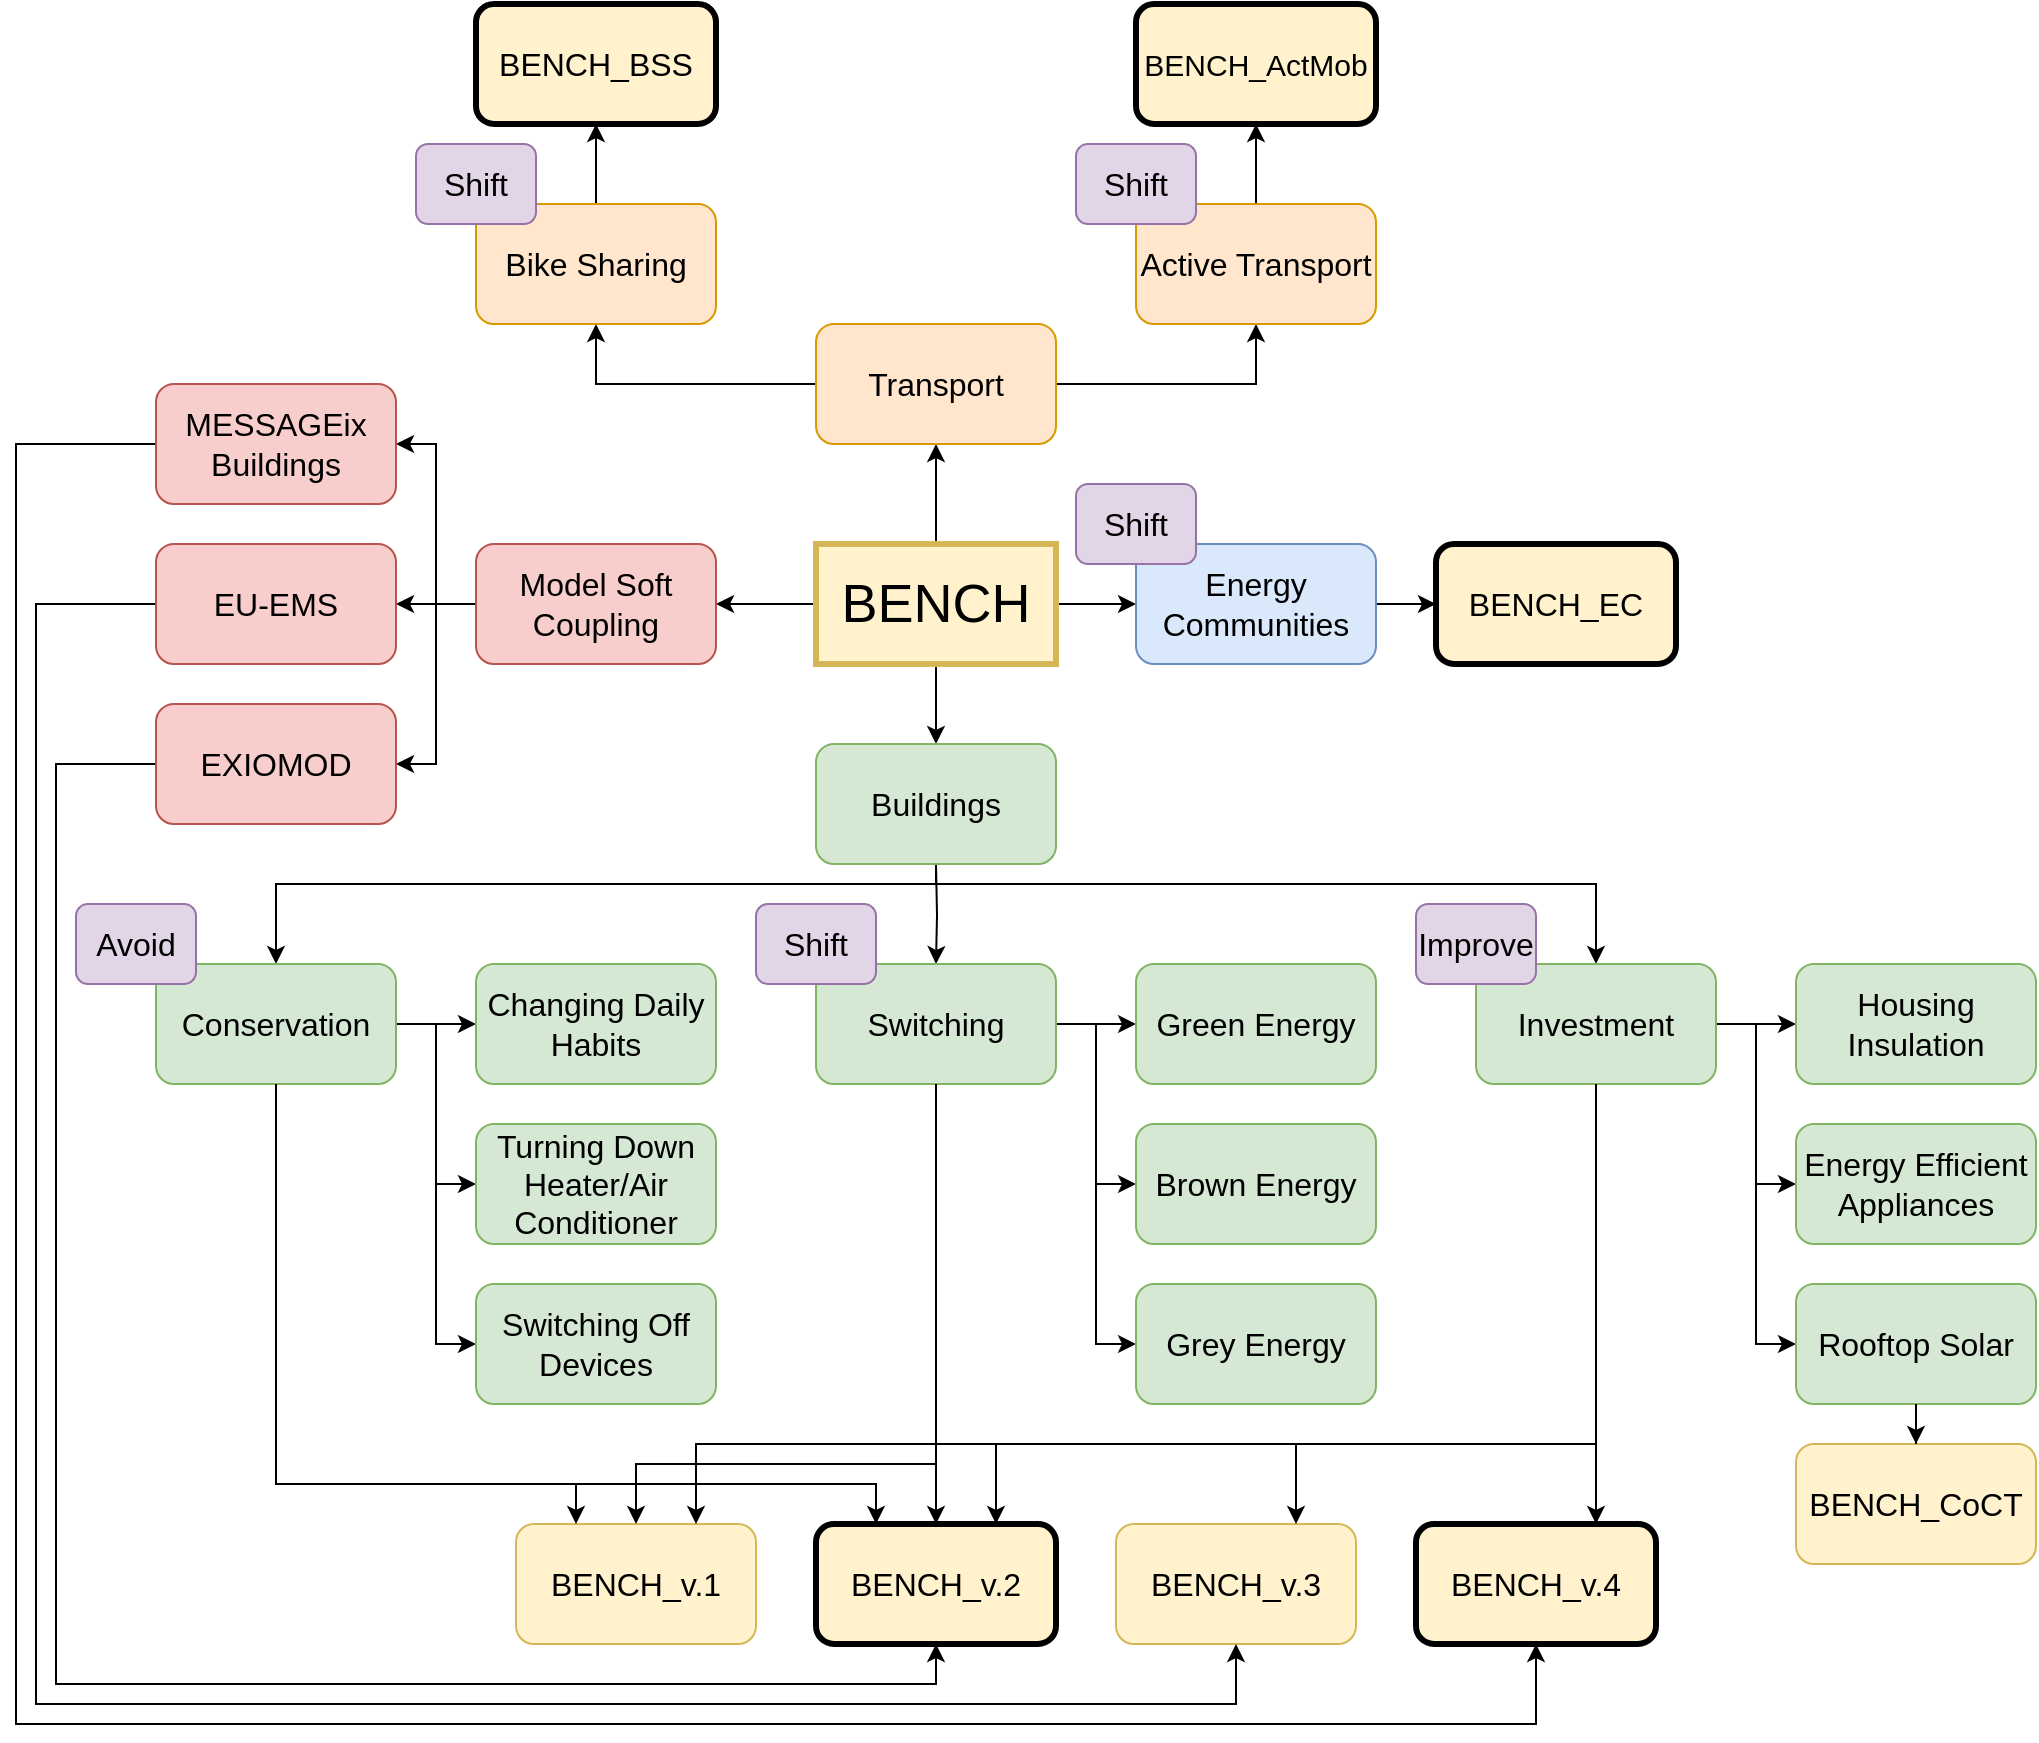
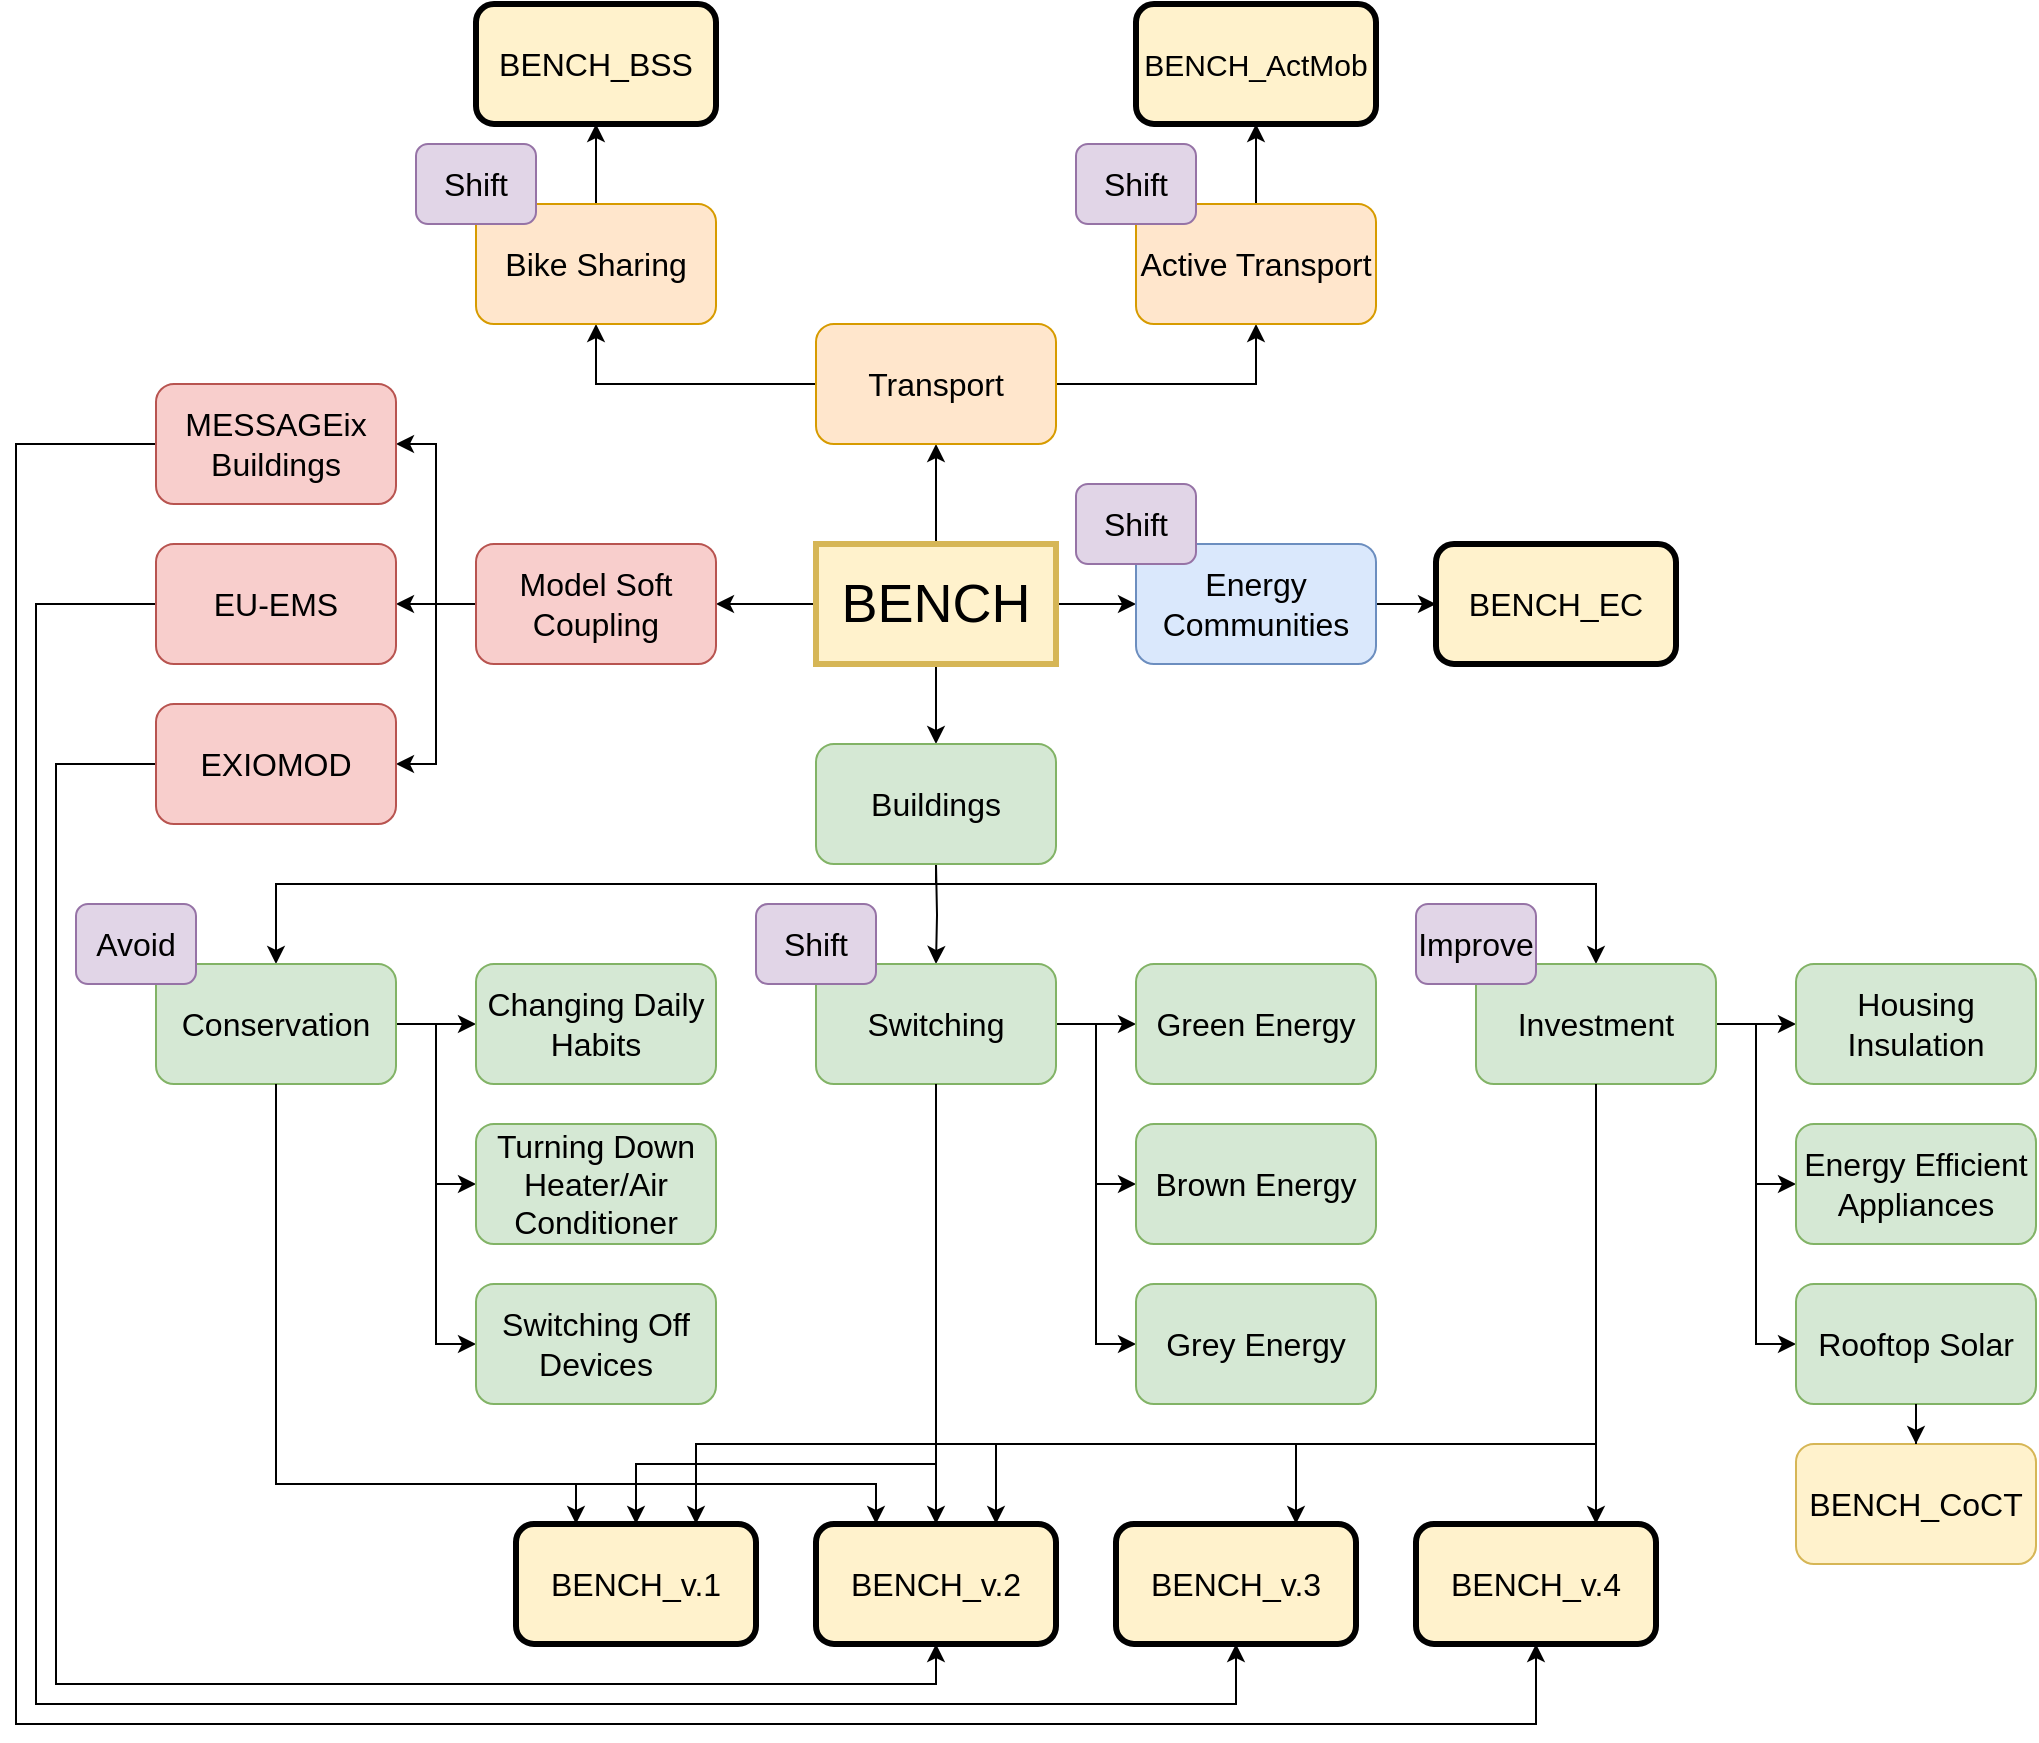
<mxfile host="app.diagrams.net">
  <diagram name="Page-1" id="D8S6M9mlrGoE-fLch0l4">
    <mxGraphModel dx="1664" dy="874" grid="1" gridSize="10" guides="1" tooltips="1" connect="1" arrows="1" fold="1" page="1" pageScale="1" pageWidth="850" pageHeight="1100" math="0" shadow="0">
      <root>
        <mxCell id="0" />
        <mxCell id="1" parent="0" />
        <mxCell id="OnS6I9qU9okV_MXKLkM--33" edge="1" parent="1" source="OnS6I9qU9okV_MXKLkM--1" style="edgeStyle=orthogonalEdgeStyle;rounded=0;orthogonalLoop=1;jettySize=auto;html=1;fontSize=16;" target="OnS6I9qU9okV_MXKLkM--3" value="">
          <mxGeometry relative="1" as="geometry" />
        </mxCell>
        <mxCell id="OnS6I9qU9okV_MXKLkM--34" edge="1" parent="1" source="OnS6I9qU9okV_MXKLkM--1" style="edgeStyle=orthogonalEdgeStyle;rounded=0;orthogonalLoop=1;jettySize=auto;html=1;fontSize=16;" target="OnS6I9qU9okV_MXKLkM--2" value="">
          <mxGeometry relative="1" as="geometry" />
        </mxCell>
        <mxCell id="OnS6I9qU9okV_MXKLkM--35" edge="1" parent="1" source="OnS6I9qU9okV_MXKLkM--1" style="edgeStyle=orthogonalEdgeStyle;rounded=0;orthogonalLoop=1;jettySize=auto;html=1;fontSize=16;" target="OnS6I9qU9okV_MXKLkM--4" value="">
          <mxGeometry relative="1" as="geometry" />
        </mxCell>
        <mxCell id="OnS6I9qU9okV_MXKLkM--36" edge="1" parent="1" source="OnS6I9qU9okV_MXKLkM--1" style="edgeStyle=orthogonalEdgeStyle;rounded=0;orthogonalLoop=1;jettySize=auto;html=1;fontSize=16;" target="OnS6I9qU9okV_MXKLkM--5" value="">
          <mxGeometry relative="1" as="geometry" />
        </mxCell>
        <mxCell id="OnS6I9qU9okV_MXKLkM--1" parent="1" style="rounded=0;whiteSpace=wrap;html=1;fillColor=#fff2cc;strokeColor=#D6B656;fontSize=27;strokeWidth=3;" value="BENCH" vertex="1">
          <mxGeometry height="60" width="120" x="450" y="330" as="geometry" />
        </mxCell>
        <mxCell id="OnS6I9qU9okV_MXKLkM--37" edge="1" parent="1" source="OnS6I9qU9okV_MXKLkM--2" style="edgeStyle=orthogonalEdgeStyle;rounded=0;orthogonalLoop=1;jettySize=auto;html=1;exitX=0;exitY=0.5;exitDx=0;exitDy=0;entryX=0.5;entryY=1;entryDx=0;entryDy=0;fontSize=16;" target="OnS6I9qU9okV_MXKLkM--6">
          <mxGeometry relative="1" as="geometry" />
        </mxCell>
        <mxCell id="OnS6I9qU9okV_MXKLkM--38" edge="1" parent="1" source="OnS6I9qU9okV_MXKLkM--2" style="edgeStyle=orthogonalEdgeStyle;rounded=0;orthogonalLoop=1;jettySize=auto;html=1;exitX=1;exitY=0.5;exitDx=0;exitDy=0;entryX=0.5;entryY=1;entryDx=0;entryDy=0;fontSize=16;" target="OnS6I9qU9okV_MXKLkM--7">
          <mxGeometry relative="1" as="geometry" />
        </mxCell>
        <mxCell id="OnS6I9qU9okV_MXKLkM--2" parent="1" style="rounded=1;whiteSpace=wrap;html=1;fillColor=#ffe6cc;strokeColor=#d79b00;fontSize=16;" value="Transport" vertex="1">
          <mxGeometry height="60" width="120" x="450" y="220" as="geometry" />
        </mxCell>
        <mxCell id="OnS6I9qU9okV_MXKLkM--32" edge="1" parent="1" source="OnS6I9qU9okV_MXKLkM--3" style="edgeStyle=orthogonalEdgeStyle;rounded=0;orthogonalLoop=1;jettySize=auto;html=1;fontSize=16;" target="OnS6I9qU9okV_MXKLkM--10" value="">
          <mxGeometry relative="1" as="geometry" />
        </mxCell>
        <mxCell id="OnS6I9qU9okV_MXKLkM--3" parent="1" style="rounded=1;whiteSpace=wrap;html=1;fillColor=#dae8fc;strokeColor=#6c8ebf;fontSize=16;" value="Energy Communities" vertex="1">
          <mxGeometry height="60" width="120" x="610" y="330" as="geometry" />
        </mxCell>
        <mxCell id="OnS6I9qU9okV_MXKLkM--41" edge="1" parent="1" source="OnS6I9qU9okV_MXKLkM--4" style="edgeStyle=orthogonalEdgeStyle;rounded=0;orthogonalLoop=1;jettySize=auto;html=1;fontSize=16;exitX=0.5;exitY=1;exitDx=0;exitDy=0;" target="OnS6I9qU9okV_MXKLkM--11" value="">
          <mxGeometry relative="1" as="geometry">
            <Array as="points">
              <mxPoint x="510" y="500" />
              <mxPoint x="180" y="500" />
            </Array>
            <mxPoint x="510" y="500" as="sourcePoint" />
          </mxGeometry>
        </mxCell>
        <mxCell id="OnS6I9qU9okV_MXKLkM--42" edge="1" parent="1" source="OnS6I9qU9okV_MXKLkM--4" style="edgeStyle=orthogonalEdgeStyle;rounded=0;orthogonalLoop=1;jettySize=auto;html=1;exitX=0.5;exitY=1;exitDx=0;exitDy=0;entryX=0.5;entryY=0;entryDx=0;entryDy=0;fontSize=16;" target="OnS6I9qU9okV_MXKLkM--13">
          <mxGeometry relative="1" as="geometry">
            <Array as="points">
              <mxPoint x="510" y="500" />
              <mxPoint x="840" y="500" />
            </Array>
          </mxGeometry>
        </mxCell>
        <mxCell id="OnS6I9qU9okV_MXKLkM--43" edge="1" parent="1" style="edgeStyle=orthogonalEdgeStyle;rounded=0;orthogonalLoop=1;jettySize=auto;html=1;entryX=0.5;entryY=0;entryDx=0;entryDy=0;fontSize=16;" target="OnS6I9qU9okV_MXKLkM--12">
          <mxGeometry relative="1" as="geometry">
            <mxPoint x="510" y="490" as="sourcePoint" />
          </mxGeometry>
        </mxCell>
        <mxCell id="OnS6I9qU9okV_MXKLkM--4" parent="1" style="rounded=1;whiteSpace=wrap;html=1;fillColor=#d5e8d4;strokeColor=#82b366;fontSize=16;" value="Buildings" vertex="1">
          <mxGeometry height="60" width="120" x="450" y="430" as="geometry" />
        </mxCell>
        <mxCell id="OnS6I9qU9okV_MXKLkM--78" edge="1" parent="1" source="51qE56cv2GJ3Z2KJHyfT-80" style="edgeStyle=orthogonalEdgeStyle;rounded=0;orthogonalLoop=1;jettySize=auto;html=1;exitX=0;exitY=0.5;exitDx=0;exitDy=0;entryX=0.5;entryY=1;entryDx=0;entryDy=0;fontSize=16;" target="OnS6I9qU9okV_MXKLkM--27">
          <mxGeometry relative="1" as="geometry">
            <Array as="points">
              <mxPoint x="50" y="280" />
              <mxPoint x="50" y="920" />
              <mxPoint x="810" y="920" />
            </Array>
          </mxGeometry>
        </mxCell>
        <mxCell id="51qE56cv2GJ3Z2KJHyfT-81" edge="1" parent="1" source="OnS6I9qU9okV_MXKLkM--5" style="edgeStyle=orthogonalEdgeStyle;rounded=0;orthogonalLoop=1;jettySize=auto;html=1;exitX=0;exitY=0.5;exitDx=0;exitDy=0;entryX=1;entryY=0.5;entryDx=0;entryDy=0;" target="51qE56cv2GJ3Z2KJHyfT-80">
          <mxGeometry relative="1" as="geometry">
            <mxPoint x="280" y="380.0000000000002" as="sourcePoint" />
          </mxGeometry>
        </mxCell>
        <mxCell id="51qE56cv2GJ3Z2KJHyfT-84" edge="1" parent="1" source="OnS6I9qU9okV_MXKLkM--5" style="edgeStyle=orthogonalEdgeStyle;rounded=0;orthogonalLoop=1;jettySize=auto;html=1;exitX=0;exitY=0.5;exitDx=0;exitDy=0;entryX=1;entryY=0.5;entryDx=0;entryDy=0;" target="51qE56cv2GJ3Z2KJHyfT-82">
          <mxGeometry relative="1" as="geometry">
            <mxPoint x="280" y="380.0000000000002" as="sourcePoint" />
          </mxGeometry>
        </mxCell>
        <mxCell id="51qE56cv2GJ3Z2KJHyfT-88" edge="1" parent="1" source="OnS6I9qU9okV_MXKLkM--5" style="edgeStyle=orthogonalEdgeStyle;rounded=0;orthogonalLoop=1;jettySize=auto;html=1;" target="51qE56cv2GJ3Z2KJHyfT-87" value="">
          <mxGeometry relative="1" as="geometry" />
        </mxCell>
        <mxCell id="OnS6I9qU9okV_MXKLkM--5" parent="1" style="rounded=1;whiteSpace=wrap;html=1;fillColor=#f8cecc;strokeColor=#b85450;fontSize=16;" value="Model Soft Coupling" vertex="1">
          <mxGeometry height="60" width="120" x="280" y="330" as="geometry" />
        </mxCell>
        <mxCell id="OnS6I9qU9okV_MXKLkM--40" edge="1" parent="1" source="OnS6I9qU9okV_MXKLkM--6" style="edgeStyle=orthogonalEdgeStyle;rounded=0;orthogonalLoop=1;jettySize=auto;html=1;fontSize=16;" target="OnS6I9qU9okV_MXKLkM--9" value="">
          <mxGeometry relative="1" as="geometry" />
        </mxCell>
        <mxCell id="OnS6I9qU9okV_MXKLkM--6" parent="1" style="rounded=1;whiteSpace=wrap;html=1;fillColor=#ffe6cc;strokeColor=#d79b00;fontSize=16;" value="Bike Sharing" vertex="1">
          <mxGeometry height="60" width="120" x="280" y="160" as="geometry" />
        </mxCell>
        <mxCell id="OnS6I9qU9okV_MXKLkM--39" edge="1" parent="1" source="OnS6I9qU9okV_MXKLkM--7" style="edgeStyle=orthogonalEdgeStyle;rounded=0;orthogonalLoop=1;jettySize=auto;html=1;fontSize=16;" target="OnS6I9qU9okV_MXKLkM--8" value="">
          <mxGeometry relative="1" as="geometry" />
        </mxCell>
        <mxCell id="OnS6I9qU9okV_MXKLkM--7" parent="1" style="rounded=1;whiteSpace=wrap;html=1;fillColor=#ffe6cc;strokeColor=#d79b00;fontSize=16;" value="Active Transport" vertex="1">
          <mxGeometry height="60" width="120" x="610" y="160" as="geometry" />
        </mxCell>
        <mxCell id="OnS6I9qU9okV_MXKLkM--8" parent="1" style="rounded=1;whiteSpace=wrap;html=1;fillColor=#fff2cc;strokeColor=#000000;fontSize=15;strokeWidth=3;" value="BENCH_ActMob" vertex="1">
          <mxGeometry height="60" width="120" x="610" y="60" as="geometry" />
        </mxCell>
        <mxCell id="OnS6I9qU9okV_MXKLkM--9" parent="1" style="rounded=1;whiteSpace=wrap;html=1;fillColor=#fff2cc;strokeColor=#000000;fontSize=16;strokeWidth=3;" value="BENCH_BSS" vertex="1">
          <mxGeometry height="60" width="120" x="280" y="60" as="geometry" />
        </mxCell>
        <mxCell id="OnS6I9qU9okV_MXKLkM--10" parent="1" style="rounded=1;whiteSpace=wrap;html=1;fillColor=#fff2cc;strokeColor=#000000;fontSize=16;strokeWidth=3;" value="BENCH_EC" vertex="1">
          <mxGeometry height="60" width="120" x="760" y="330" as="geometry" />
        </mxCell>
-         <mxCell id="OnS6I9qU9okV_MXKLkM--24" parent="1" style="rounded=1;whiteSpace=wrap;html=1;fillColor=#fff2cc;strokeColor=#D6B656;fontSize=16;strokeWidth=1;" value="BENCH_v.1" vertex="1">
+         <mxCell id="OnS6I9qU9okV_MXKLkM--24" parent="1" style="rounded=1;whiteSpace=wrap;html=1;fillColor=#fff2cc;strokeColor=#000000;fontSize=16;strokeWidth=3;" value="BENCH_v.1" vertex="1">
          <mxGeometry height="60" width="120" x="300" y="820" as="geometry" />
        </mxCell>
        <mxCell id="OnS6I9qU9okV_MXKLkM--25" parent="1" style="rounded=1;whiteSpace=wrap;html=1;fillColor=#fff2cc;strokeColor=#000000;fontSize=16;strokeWidth=3;" value="BENCH_v.2" vertex="1">
          <mxGeometry height="60" width="120" x="450" y="820" as="geometry" />
        </mxCell>
-         <mxCell id="OnS6I9qU9okV_MXKLkM--26" parent="1" style="rounded=1;whiteSpace=wrap;html=1;fillColor=#fff2cc;strokeColor=#D6B656;fontSize=16;strokeWidth=1;" value="BENCH_v.3" vertex="1">
+         <mxCell id="OnS6I9qU9okV_MXKLkM--26" parent="1" style="rounded=1;whiteSpace=wrap;html=1;fillColor=#fff2cc;strokeColor=#000000;fontSize=16;strokeWidth=3;" value="BENCH_v.3" vertex="1">
          <mxGeometry height="60" width="120" x="600" y="820" as="geometry" />
        </mxCell>
        <mxCell id="OnS6I9qU9okV_MXKLkM--27" parent="1" style="rounded=1;whiteSpace=wrap;html=1;fillColor=#fff2cc;strokeColor=#000000;fontSize=16;strokeWidth=3;" value="BENCH_v.4" vertex="1">
          <mxGeometry height="60" width="120" x="750" y="820" as="geometry" />
        </mxCell>
        <mxCell id="OnS6I9qU9okV_MXKLkM--29" connectable="0" parent="1" style="group;fontSize=16;strokeWidth=3;" value="" vertex="1">
          <mxGeometry height="220" width="260" x="450" y="540" as="geometry" />
        </mxCell>
        <mxCell id="OnS6I9qU9okV_MXKLkM--58" edge="1" parent="OnS6I9qU9okV_MXKLkM--29" source="OnS6I9qU9okV_MXKLkM--12" style="edgeStyle=orthogonalEdgeStyle;rounded=0;orthogonalLoop=1;jettySize=auto;html=1;fontSize=16;" target="OnS6I9qU9okV_MXKLkM--23" value="">
          <mxGeometry relative="1" as="geometry" />
        </mxCell>
        <mxCell id="OnS6I9qU9okV_MXKLkM--59" edge="1" parent="OnS6I9qU9okV_MXKLkM--29" source="OnS6I9qU9okV_MXKLkM--12" style="edgeStyle=orthogonalEdgeStyle;rounded=0;orthogonalLoop=1;jettySize=auto;html=1;exitX=1;exitY=0.5;exitDx=0;exitDy=0;entryX=0;entryY=0.5;entryDx=0;entryDy=0;fontSize=16;" target="OnS6I9qU9okV_MXKLkM--22">
          <mxGeometry relative="1" as="geometry" />
        </mxCell>
        <mxCell id="OnS6I9qU9okV_MXKLkM--60" edge="1" parent="OnS6I9qU9okV_MXKLkM--29" source="OnS6I9qU9okV_MXKLkM--12" style="edgeStyle=orthogonalEdgeStyle;rounded=0;orthogonalLoop=1;jettySize=auto;html=1;exitX=1;exitY=0.5;exitDx=0;exitDy=0;entryX=0;entryY=0.5;entryDx=0;entryDy=0;fontSize=16;" target="OnS6I9qU9okV_MXKLkM--21">
          <mxGeometry relative="1" as="geometry" />
        </mxCell>
        <mxCell id="OnS6I9qU9okV_MXKLkM--12" parent="OnS6I9qU9okV_MXKLkM--29" style="rounded=1;whiteSpace=wrap;html=1;fillColor=#d5e8d4;strokeColor=#82B366;fontSize=16;strokeWidth=1;" value="Switching" vertex="1">
          <mxGeometry height="60" width="120" as="geometry" />
        </mxCell>
        <mxCell id="OnS6I9qU9okV_MXKLkM--21" parent="OnS6I9qU9okV_MXKLkM--29" style="rounded=1;whiteSpace=wrap;html=1;fillColor=#d5e8d4;strokeColor=#82b366;fontSize=16;" value="Grey Energy" vertex="1">
          <mxGeometry height="60" width="120" x="160" y="160" as="geometry" />
        </mxCell>
        <mxCell id="OnS6I9qU9okV_MXKLkM--22" parent="OnS6I9qU9okV_MXKLkM--29" style="rounded=1;whiteSpace=wrap;html=1;fillColor=#d5e8d4;strokeColor=#82b366;fontSize=16;" value="Brown Energy" vertex="1">
          <mxGeometry height="60" width="120" x="160" y="80" as="geometry" />
        </mxCell>
        <mxCell id="OnS6I9qU9okV_MXKLkM--23" parent="OnS6I9qU9okV_MXKLkM--29" style="rounded=1;whiteSpace=wrap;html=1;fillColor=#d5e8d4;strokeColor=#82b366;fontSize=16;" value="Green Energy" vertex="1">
          <mxGeometry height="60" width="120" x="160" as="geometry" />
        </mxCell>
        <mxCell id="OnS6I9qU9okV_MXKLkM--30" connectable="0" parent="1" style="group;fontSize=16;" value="" vertex="1">
          <mxGeometry height="220" width="270" x="120" y="540" as="geometry" />
        </mxCell>
        <mxCell id="OnS6I9qU9okV_MXKLkM--44" edge="1" parent="OnS6I9qU9okV_MXKLkM--30" source="OnS6I9qU9okV_MXKLkM--11" style="edgeStyle=orthogonalEdgeStyle;rounded=0;orthogonalLoop=1;jettySize=auto;html=1;fontSize=16;" target="OnS6I9qU9okV_MXKLkM--18" value="">
          <mxGeometry relative="1" as="geometry" />
        </mxCell>
        <mxCell id="OnS6I9qU9okV_MXKLkM--47" edge="1" parent="OnS6I9qU9okV_MXKLkM--30" source="OnS6I9qU9okV_MXKLkM--11" style="edgeStyle=orthogonalEdgeStyle;rounded=0;orthogonalLoop=1;jettySize=auto;html=1;exitX=1;exitY=0.5;exitDx=0;exitDy=0;entryX=0;entryY=0.5;entryDx=0;entryDy=0;fontSize=16;" target="OnS6I9qU9okV_MXKLkM--20">
          <mxGeometry relative="1" as="geometry">
            <Array as="points">
              <mxPoint x="140" y="30" />
              <mxPoint x="140" y="110" />
            </Array>
          </mxGeometry>
        </mxCell>
        <mxCell id="OnS6I9qU9okV_MXKLkM--48" edge="1" parent="OnS6I9qU9okV_MXKLkM--30" source="OnS6I9qU9okV_MXKLkM--11" style="edgeStyle=orthogonalEdgeStyle;rounded=0;orthogonalLoop=1;jettySize=auto;html=1;exitX=1;exitY=0.5;exitDx=0;exitDy=0;entryX=0;entryY=0.5;entryDx=0;entryDy=0;fontSize=16;" target="OnS6I9qU9okV_MXKLkM--19">
          <mxGeometry relative="1" as="geometry">
            <Array as="points">
              <mxPoint x="140" y="30" />
              <mxPoint x="140" y="190" />
            </Array>
          </mxGeometry>
        </mxCell>
        <mxCell id="OnS6I9qU9okV_MXKLkM--11" parent="OnS6I9qU9okV_MXKLkM--30" style="rounded=1;whiteSpace=wrap;html=1;fillColor=#d5e8d4;strokeColor=#82B366;fontSize=16;strokeWidth=1;" value="Conservation" vertex="1">
          <mxGeometry height="60" width="120" as="geometry" />
        </mxCell>
        <mxCell id="OnS6I9qU9okV_MXKLkM--18" parent="OnS6I9qU9okV_MXKLkM--30" style="rounded=1;whiteSpace=wrap;html=1;fillColor=#d5e8d4;strokeColor=#82b366;fontSize=16;" value="Changing Daily Habits" vertex="1">
          <mxGeometry height="60" width="120" x="160" as="geometry" />
        </mxCell>
        <mxCell id="OnS6I9qU9okV_MXKLkM--19" parent="OnS6I9qU9okV_MXKLkM--30" style="rounded=1;whiteSpace=wrap;html=1;fillColor=#d5e8d4;strokeColor=#82b366;fontSize=16;" value="Switching Off Devices" vertex="1">
          <mxGeometry height="60" width="120" x="160" y="160" as="geometry" />
        </mxCell>
        <mxCell id="OnS6I9qU9okV_MXKLkM--20" parent="OnS6I9qU9okV_MXKLkM--30" style="rounded=1;whiteSpace=wrap;html=1;fillColor=#d5e8d4;strokeColor=#82b366;fontSize=16;" value="Turning Down Heater/Air Conditioner" vertex="1">
          <mxGeometry height="60" width="120" x="160" y="80" as="geometry" />
        </mxCell>
        <mxCell id="OnS6I9qU9okV_MXKLkM--31" connectable="0" parent="1" style="group;fontSize=16;" value="" vertex="1">
          <mxGeometry height="220" width="270" x="790" y="540" as="geometry" />
        </mxCell>
        <mxCell id="OnS6I9qU9okV_MXKLkM--50" edge="1" parent="OnS6I9qU9okV_MXKLkM--31" source="OnS6I9qU9okV_MXKLkM--13" style="edgeStyle=orthogonalEdgeStyle;rounded=0;orthogonalLoop=1;jettySize=auto;html=1;fontSize=16;" target="OnS6I9qU9okV_MXKLkM--14" value="">
          <mxGeometry relative="1" as="geometry" />
        </mxCell>
        <mxCell id="OnS6I9qU9okV_MXKLkM--51" edge="1" parent="OnS6I9qU9okV_MXKLkM--31" source="OnS6I9qU9okV_MXKLkM--13" style="edgeStyle=orthogonalEdgeStyle;rounded=0;orthogonalLoop=1;jettySize=auto;html=1;exitX=1;exitY=0.5;exitDx=0;exitDy=0;entryX=0;entryY=0.5;entryDx=0;entryDy=0;fontSize=16;" target="OnS6I9qU9okV_MXKLkM--15">
          <mxGeometry relative="1" as="geometry" />
        </mxCell>
        <mxCell id="OnS6I9qU9okV_MXKLkM--52" edge="1" parent="OnS6I9qU9okV_MXKLkM--31" source="OnS6I9qU9okV_MXKLkM--13" style="edgeStyle=orthogonalEdgeStyle;rounded=0;orthogonalLoop=1;jettySize=auto;html=1;exitX=1;exitY=0.5;exitDx=0;exitDy=0;entryX=0;entryY=0.5;entryDx=0;entryDy=0;fontSize=16;" target="OnS6I9qU9okV_MXKLkM--16">
          <mxGeometry relative="1" as="geometry" />
        </mxCell>
        <mxCell id="OnS6I9qU9okV_MXKLkM--13" parent="OnS6I9qU9okV_MXKLkM--31" style="rounded=1;whiteSpace=wrap;html=1;fillColor=#d5e8d4;strokeColor=#82B366;fontSize=16;strokeWidth=1;" value="Investment" vertex="1">
          <mxGeometry height="60" width="120" x="-10" as="geometry" />
        </mxCell>
        <mxCell id="OnS6I9qU9okV_MXKLkM--14" parent="OnS6I9qU9okV_MXKLkM--31" style="rounded=1;whiteSpace=wrap;html=1;fillColor=#d5e8d4;strokeColor=#82b366;fontSize=16;" value="Housing Insulation" vertex="1">
          <mxGeometry height="60" width="120" x="150" as="geometry" />
        </mxCell>
        <mxCell id="OnS6I9qU9okV_MXKLkM--15" parent="OnS6I9qU9okV_MXKLkM--31" style="rounded=1;whiteSpace=wrap;html=1;fillColor=#d5e8d4;strokeColor=#82b366;fontSize=16;" value="Energy Efficient Appliances" vertex="1">
          <mxGeometry height="60" width="120" x="150" y="80" as="geometry" />
        </mxCell>
        <mxCell id="OnS6I9qU9okV_MXKLkM--16" parent="OnS6I9qU9okV_MXKLkM--31" style="rounded=1;whiteSpace=wrap;html=1;fillColor=#d5e8d4;strokeColor=#82b366;fontSize=16;" value="Rooftop Solar" vertex="1">
          <mxGeometry height="60" width="120" x="150" y="160" as="geometry" />
        </mxCell>
        <mxCell id="OnS6I9qU9okV_MXKLkM--64" edge="1" parent="1" source="OnS6I9qU9okV_MXKLkM--13" style="edgeStyle=orthogonalEdgeStyle;rounded=0;orthogonalLoop=1;jettySize=auto;html=1;exitX=0.5;exitY=1;exitDx=0;exitDy=0;entryX=0.75;entryY=0;entryDx=0;entryDy=0;fontSize=16;" target="OnS6I9qU9okV_MXKLkM--24">
          <mxGeometry relative="1" as="geometry">
            <Array as="points">
              <mxPoint x="840" y="780" />
              <mxPoint x="390" y="780" />
            </Array>
          </mxGeometry>
        </mxCell>
        <mxCell id="OnS6I9qU9okV_MXKLkM--65" edge="1" parent="1" source="OnS6I9qU9okV_MXKLkM--13" style="edgeStyle=orthogonalEdgeStyle;rounded=0;orthogonalLoop=1;jettySize=auto;html=1;exitX=0.5;exitY=1;exitDx=0;exitDy=0;entryX=0.75;entryY=0;entryDx=0;entryDy=0;fontSize=16;" target="OnS6I9qU9okV_MXKLkM--25">
          <mxGeometry relative="1" as="geometry">
            <Array as="points">
              <mxPoint x="840" y="780" />
              <mxPoint x="540" y="780" />
            </Array>
          </mxGeometry>
        </mxCell>
        <mxCell id="OnS6I9qU9okV_MXKLkM--66" edge="1" parent="1" source="OnS6I9qU9okV_MXKLkM--13" style="edgeStyle=orthogonalEdgeStyle;rounded=0;orthogonalLoop=1;jettySize=auto;html=1;exitX=0.5;exitY=1;exitDx=0;exitDy=0;entryX=0.75;entryY=0;entryDx=0;entryDy=0;fontSize=16;" target="OnS6I9qU9okV_MXKLkM--26">
          <mxGeometry relative="1" as="geometry">
            <Array as="points">
              <mxPoint x="840" y="780" />
              <mxPoint x="690" y="780" />
            </Array>
          </mxGeometry>
        </mxCell>
        <mxCell id="OnS6I9qU9okV_MXKLkM--17" parent="1" style="rounded=1;whiteSpace=wrap;html=1;fillColor=#fff2cc;strokeColor=#D6B656;fontSize=16;strokeWidth=1;" value="BENCH_CoCT" vertex="1">
          <mxGeometry height="60" width="120" x="940" y="780" as="geometry" />
        </mxCell>
        <mxCell id="OnS6I9qU9okV_MXKLkM--68" edge="1" parent="1" source="OnS6I9qU9okV_MXKLkM--16" style="edgeStyle=orthogonalEdgeStyle;rounded=0;orthogonalLoop=1;jettySize=auto;html=1;fontSize=16;" target="OnS6I9qU9okV_MXKLkM--17" value="">
          <mxGeometry relative="1" as="geometry" />
        </mxCell>
        <mxCell id="OnS6I9qU9okV_MXKLkM--72" edge="1" parent="1" source="OnS6I9qU9okV_MXKLkM--12" style="edgeStyle=orthogonalEdgeStyle;rounded=0;orthogonalLoop=1;jettySize=auto;html=1;exitX=0.5;exitY=1;exitDx=0;exitDy=0;entryX=0.5;entryY=0;entryDx=0;entryDy=0;fontSize=16;" target="OnS6I9qU9okV_MXKLkM--24">
          <mxGeometry relative="1" as="geometry">
            <Array as="points">
              <mxPoint x="510" y="790" />
              <mxPoint x="360" y="790" />
            </Array>
          </mxGeometry>
        </mxCell>
        <mxCell id="OnS6I9qU9okV_MXKLkM--75" edge="1" parent="1" source="OnS6I9qU9okV_MXKLkM--11" style="edgeStyle=orthogonalEdgeStyle;rounded=0;orthogonalLoop=1;jettySize=auto;html=1;exitX=0.5;exitY=1;exitDx=0;exitDy=0;fontSize=16;entryX=0.25;entryY=0;entryDx=0;entryDy=0;" target="OnS6I9qU9okV_MXKLkM--25">
          <mxGeometry relative="1" as="geometry">
            <Array as="points">
              <mxPoint x="180" y="800" />
              <mxPoint x="480" y="800" />
            </Array>
            <mxPoint x="480" y="830" as="targetPoint" />
          </mxGeometry>
        </mxCell>
        <mxCell id="OnS6I9qU9okV_MXKLkM--76" edge="1" parent="1" source="OnS6I9qU9okV_MXKLkM--11" style="edgeStyle=orthogonalEdgeStyle;rounded=0;orthogonalLoop=1;jettySize=auto;html=1;exitX=0.5;exitY=1;exitDx=0;exitDy=0;entryX=0.25;entryY=0;entryDx=0;entryDy=0;fontSize=16;" target="OnS6I9qU9okV_MXKLkM--24">
          <mxGeometry relative="1" as="geometry">
            <Array as="points">
              <mxPoint x="180" y="800" />
              <mxPoint x="330" y="800" />
            </Array>
          </mxGeometry>
        </mxCell>
        <mxCell id="OnS6I9qU9okV_MXKLkM--80" parent="1" style="rounded=1;whiteSpace=wrap;html=1;fillColor=#e1d5e7;strokeColor=#9673a6;fontSize=16;" value="Avoid" vertex="1">
          <mxGeometry height="40" width="60" x="80" y="510" as="geometry" />
        </mxCell>
        <mxCell id="OnS6I9qU9okV_MXKLkM--79" parent="1" style="rounded=1;whiteSpace=wrap;html=1;fillColor=#e1d5e7;strokeColor=#9673a6;fontSize=16;" value="Improve" vertex="1">
          <mxGeometry height="40" width="60" x="750" y="510" as="geometry" />
        </mxCell>
        <mxCell id="OnS6I9qU9okV_MXKLkM--83" parent="1" style="rounded=1;whiteSpace=wrap;html=1;fillColor=#e1d5e7;strokeColor=#9673a6;fontSize=16;" value="Shift" vertex="1">
          <mxGeometry height="40" width="60" x="580" y="130" as="geometry" />
        </mxCell>
        <mxCell id="OnS6I9qU9okV_MXKLkM--84" parent="1" style="rounded=1;whiteSpace=wrap;html=1;fillColor=#e1d5e7;strokeColor=#9673a6;fontSize=16;" value="Shift" vertex="1">
          <mxGeometry height="40" width="60" x="250" y="130" as="geometry" />
        </mxCell>
        <mxCell id="OnS6I9qU9okV_MXKLkM--87" parent="1" style="rounded=1;whiteSpace=wrap;html=1;fillColor=#e1d5e7;strokeColor=#9673a6;fontSize=16;" value="Shift" vertex="1">
          <mxGeometry height="40" width="60" x="580" y="300" as="geometry" />
        </mxCell>
        <mxCell id="OnS6I9qU9okV_MXKLkM--88" parent="1" style="rounded=1;whiteSpace=wrap;html=1;fillColor=#e1d5e7;strokeColor=#9673a6;fontSize=16;" value="Shift" vertex="1">
          <mxGeometry height="40" width="60" x="420" y="510" as="geometry" />
        </mxCell>
        <mxCell id="51qE56cv2GJ3Z2KJHyfT-3" edge="1" parent="1" source="OnS6I9qU9okV_MXKLkM--12" style="edgeStyle=orthogonalEdgeStyle;rounded=0;orthogonalLoop=1;jettySize=auto;html=1;exitX=0.5;exitY=1;exitDx=0;exitDy=0;entryX=0.5;entryY=0;entryDx=0;entryDy=0;" target="OnS6I9qU9okV_MXKLkM--25">
          <mxGeometry relative="1" as="geometry" />
        </mxCell>
        <mxCell id="51qE56cv2GJ3Z2KJHyfT-8" edge="1" parent="1" source="OnS6I9qU9okV_MXKLkM--13" style="edgeStyle=orthogonalEdgeStyle;rounded=0;orthogonalLoop=1;jettySize=auto;html=1;exitX=0.5;exitY=1;exitDx=0;exitDy=0;entryX=0.75;entryY=0;entryDx=0;entryDy=0;" target="OnS6I9qU9okV_MXKLkM--27">
          <mxGeometry relative="1" as="geometry" />
        </mxCell>
        <mxCell id="51qE56cv2GJ3Z2KJHyfT-80" parent="1" style="rounded=1;whiteSpace=wrap;html=1;fillColor=#f8cecc;strokeColor=#b85450;fontSize=16;" value="MESSAGEix&lt;div&gt;Buildings&lt;/div&gt;" vertex="1">
          <mxGeometry height="60" width="120" x="120" y="250" as="geometry" />
        </mxCell>
        <mxCell id="51qE56cv2GJ3Z2KJHyfT-83" edge="1" parent="1" source="51qE56cv2GJ3Z2KJHyfT-82" style="edgeStyle=orthogonalEdgeStyle;rounded=0;orthogonalLoop=1;jettySize=auto;html=1;exitX=0;exitY=0.5;exitDx=0;exitDy=0;entryX=0.5;entryY=1;entryDx=0;entryDy=0;" target="OnS6I9qU9okV_MXKLkM--25">
          <mxGeometry relative="1" as="geometry">
            <Array as="points">
              <mxPoint x="70" y="440" />
              <mxPoint x="70" y="900" />
              <mxPoint x="510" y="900" />
            </Array>
          </mxGeometry>
        </mxCell>
        <mxCell id="51qE56cv2GJ3Z2KJHyfT-82" parent="1" style="rounded=1;whiteSpace=wrap;html=1;fillColor=#f8cecc;strokeColor=#b85450;fontSize=16;" value="EXIOMOD" vertex="1">
          <mxGeometry height="60" width="120" x="120" y="410" as="geometry" />
        </mxCell>
        <mxCell id="51qE56cv2GJ3Z2KJHyfT-89" edge="1" parent="1" source="51qE56cv2GJ3Z2KJHyfT-87" style="edgeStyle=orthogonalEdgeStyle;rounded=0;orthogonalLoop=1;jettySize=auto;html=1;exitX=0;exitY=0.5;exitDx=0;exitDy=0;entryX=0.5;entryY=1;entryDx=0;entryDy=0;" target="OnS6I9qU9okV_MXKLkM--26">
          <mxGeometry relative="1" as="geometry">
            <Array as="points">
              <mxPoint x="60" y="360" />
              <mxPoint x="60" y="910" />
              <mxPoint x="660" y="910" />
            </Array>
          </mxGeometry>
        </mxCell>
        <mxCell id="51qE56cv2GJ3Z2KJHyfT-87" parent="1" style="rounded=1;whiteSpace=wrap;html=1;fillColor=#f8cecc;strokeColor=#b85450;fontSize=16;" value="EU-EMS" vertex="1">
          <mxGeometry height="60" width="120" x="120" y="330" as="geometry" />
        </mxCell>
      </root>
    </mxGraphModel>
  </diagram>
</mxfile>
